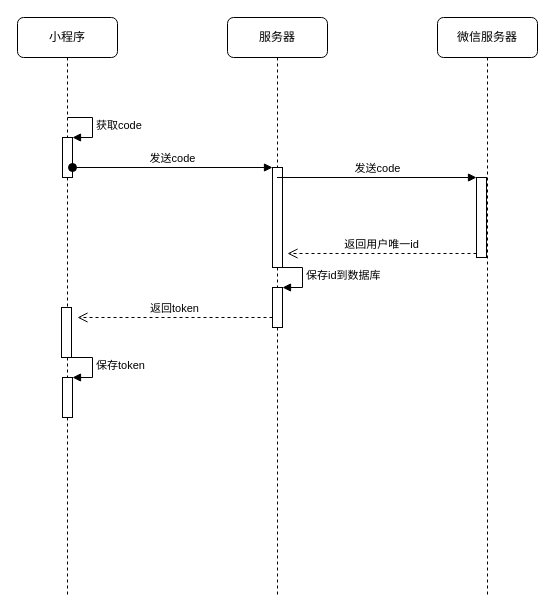
Before: page "登录/注册" (1 of 2) of secondHand/sequence.drawio in xy-hong/drawDiagram, a draw.io diagram. Source tidied: cells renumbered, new cells numbered last; positions are measured from the earlier drawing's top-left corner, leaving out a move shared by most shapes. Both pictures are drawn from the tidied source at 100%, with x=0, y=0 at pixel (17, 17).
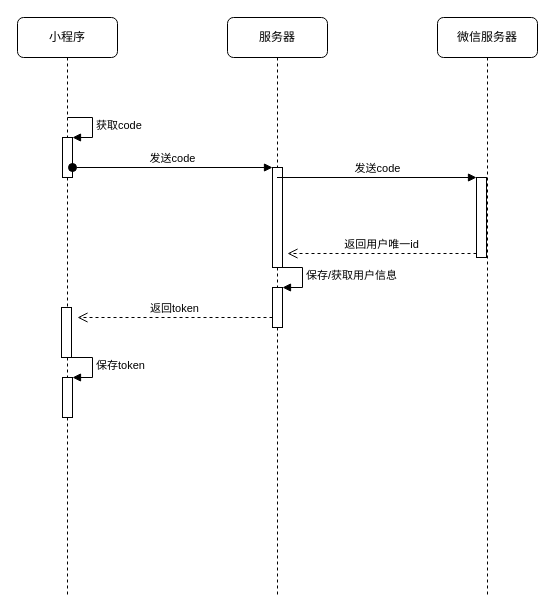
The same diagram, later.

The change refers to these unchanged cells:
```xml
<mxCell id="2" value="服务器" style="shape=umlLifeline;perimeter=lifelinePerimeter;whiteSpace=wrap;html=1;outlineConnect=0;rounded=1;shadow=0;comic=0;labelBackgroundColor=none;strokeWidth=1;fontFamily=Verdana;fontSize=12;align=center;" parent="1" vertex="1">
  <mxGeometry x="210" width="100" height="580" as="geometry" />
</mxCell>
<mxCell id="4" style="html=1;points=[];perimeter=orthogonalPerimeter;" parent="2" vertex="1">
  <mxGeometry x="45" y="270" width="10" height="40" as="geometry" />
</mxCell>
```

The edit, as a diff of the source:
```diff
@@
-    <mxCell id="5" value="保存id到数据库" style="edgeStyle=orthogonalEdgeStyle;html=1;align=left;spacingLeft=2;endArrow=block;rounded=0;entryX=1;entryY=0;" parent="2" edge="1" target="4">
+    <mxCell id="5" value="保存/获取用户信息" style="edgeStyle=orthogonalEdgeStyle;html=1;align=left;spacingLeft=2;endArrow=block;rounded=0;entryX=1;entryY=0;" parent="2" edge="1" target="4">
       <mxGeometry relative="1" as="geometry">
         <mxPoint x="50" y="250" as="sourcePoint" />
         <Array as="points">
           <mxPoint x="75" y="250" />
         </Array>
       </mxGeometry>
     </mxCell>
```
